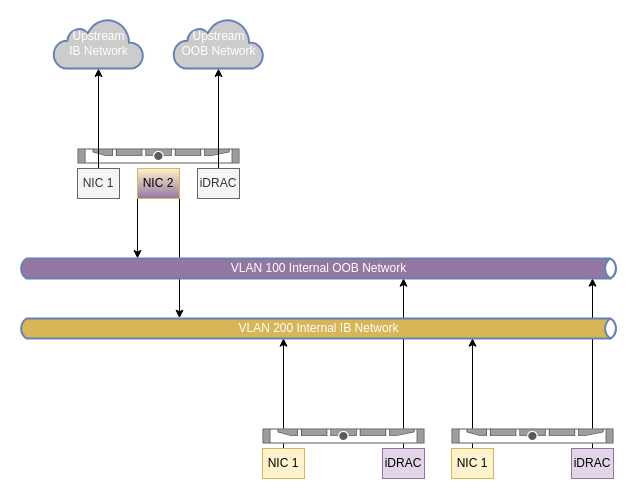
simontesar/metal-operator-test-framework keeps this draw.io diagram as infra/cork-one/network-architecture.drawio. Above is the earlier version. Source tidied: cells renumbered, new cells numbered last; positions are measured from the earlier drawing's top-left corner, leaving out a move shared by most shapes. Both pictures are drawn from the tidied source at 100%, with x=0, y=0 at pixel (18, 18).
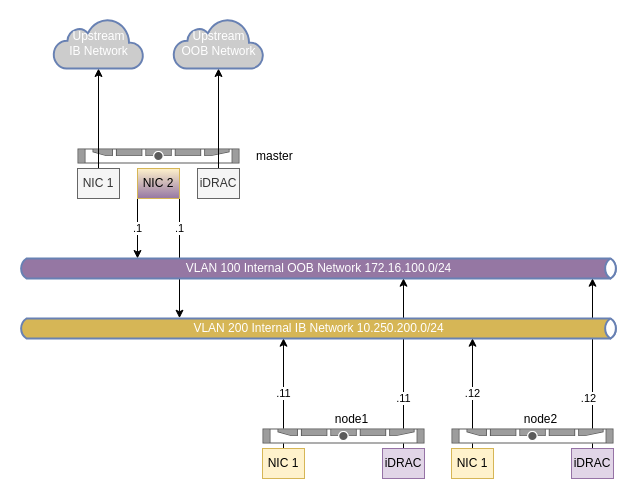
After the change.

Commit message (it also covers changes not shown here):
feat: infra: add network configuration via dhcp/dnsmasq

Unchanged cells that the change refers to:
```xml
<mxCell id="12" value="iDRAC" style="rounded=0;whiteSpace=wrap;html=1;fillColor=#e1d5e7;strokeColor=#9673a6;" parent="1" vertex="1">
  <mxGeometry x="364" y="430" width="42" height="30" as="geometry" />
</mxCell>
<mxCell id="13" value="NIC 1" style="rounded=0;whiteSpace=wrap;html=1;fillColor=#fff2cc;strokeColor=#d6b656;rotation=0;" parent="1" vertex="1">
  <mxGeometry x="244" y="430" width="42" height="30" as="geometry" />
</mxCell>
<mxCell id="14" value="iDRAC" style="rounded=0;whiteSpace=wrap;html=1;fillColor=#e1d5e7;strokeColor=#9673a6;" parent="1" vertex="1">
  <mxGeometry x="553" y="430" width="42" height="30" as="geometry" />
</mxCell>
<mxCell id="15" value="NIC 1" style="rounded=0;whiteSpace=wrap;html=1;fillColor=#fff2cc;strokeColor=#d6b656;rotation=0;" parent="1" vertex="1">
  <mxGeometry x="433" y="430" width="42" height="30" as="geometry" />
</mxCell>
<mxCell id="21" value="NIC 2" style="rounded=0;whiteSpace=wrap;html=1;fillColor=#fff2cc;strokeColor=light-dark(#D6B656,#9577A3);rotation=0;gradientColor=#9577A3;gradientDirection=south;fillStyle=auto;" parent="1" vertex="1">
  <mxGeometry x="119" y="150" width="42" height="30" as="geometry" />
</mxCell>
```

What changed in the source:
```diff
@@
-    <mxCell id="2" style="edgeStyle=none;html=1;fillColor=#e1d5e7;strokeColor=#000000;" parent="1" edge="1" source="14">
-      <mxGeometry relative="1" as="geometry">
+    <mxCell id="2" value=".12" style="edgeStyle=none;html=1;fillColor=#e1d5e7;strokeColor=#000000;" parent="1" edge="1" source="14">
+      <mxGeometry x="-0.41" y="4" relative="1" as="geometry">
         <mxPoint x="574" y="259.7" as="targetPoint" />
       </mxGeometry>
     </mxCell>
-    <mxCell id="3" style="edgeStyle=none;html=1;fillColor=#e1d5e7;strokeColor=#000000;" parent="1" edge="1" source="12">
-      <mxGeometry relative="1" as="geometry">
+    <mxCell id="3" value=".11" style="edgeStyle=none;html=1;fillColor=#e1d5e7;strokeColor=#000000;" parent="1" edge="1" source="12">
+      <mxGeometry x="-0.41" relative="1" as="geometry">
         <mxPoint x="385" y="259.7" as="targetPoint" />
       </mxGeometry>
     </mxCell>
-    <mxCell id="4" style="edgeStyle=none;html=1;fillColor=#fff2cc;strokeColor=#000000;" parent="1" edge="1" source="13">
+    <mxCell id="4" value=".11" style="edgeStyle=none;html=1;fillColor=#fff2cc;strokeColor=#000000;" parent="1" edge="1" source="13">
       <mxGeometry relative="1" as="geometry">
         <mxPoint x="265" y="319.7" as="targetPoint" />
       </mxGeometry>
     </mxCell>
-    <mxCell id="5" style="edgeStyle=none;html=1;fillColor=#fff2cc;strokeColor=#000000;" parent="1" edge="1" source="15">
+    <mxCell id="5" value=".12" style="edgeStyle=none;html=1;fillColor=#fff2cc;strokeColor=#000000;" parent="1" edge="1" source="15">
       <mxGeometry relative="1" as="geometry">
         <mxPoint x="454" y="319.7" as="targetPoint" />
       </mxGeometry>
     </mxCell>
-    <mxCell id="6" style="edgeStyle=none;html=1;exitX=0;exitY=1;exitDx=0;exitDy=0;fillColor=#e1d5e7;strokeColor=#000000;" parent="1" edge="1" source="21" target="8">
+    <mxCell id="6" value=".1" style="edgeStyle=none;html=1;exitX=0;exitY=1;exitDx=0;exitDy=0;fillColor=#e1d5e7;strokeColor=#000000;" parent="1" edge="1" source="21" target="8">
       <mxGeometry relative="1" as="geometry" />
     </mxCell>
-    <mxCell id="7" style="edgeStyle=none;html=1;exitX=1;exitY=1;exitDx=0;exitDy=0;fillColor=#fff2cc;strokeColor=#000000;" parent="1" edge="1" source="21">
-      <mxGeometry relative="1" as="geometry">
+    <mxCell id="7" value=".1" style="edgeStyle=none;html=1;exitX=1;exitY=1;exitDx=0;exitDy=0;fillColor=#fff2cc;strokeColor=#000000;" parent="1" edge="1" source="21">
+      <mxGeometry x="-0.5" relative="1" as="geometry">
         <mxPoint x="161" y="299.7" as="targetPoint" />
       </mxGeometry>
     </mxCell>
-    <mxCell id="8" value="VLAN 100 Internal OOB Network" style="html=1;outlineConnect=0;fillColor=#9577A3;strokeColor=#6881B3;gradientColor=none;gradientDirection=north;strokeWidth=2;shape=mxgraph.networks.bus;gradientColor=none;gradientDirection=north;fontColor=#ffffff;perimeter=backbonePerimeter;backboneSize=20;" parent="1" vertex="1">
+    <mxCell id="8" value="VLAN 100 Internal OOB Network 172.16.100.0/24" style="html=1;outlineConnect=0;fillColor=#9577A3;strokeColor=#6881B3;gradientColor=none;gradientDirection=north;strokeWidth=2;shape=mxgraph.networks.bus;gradientColor=none;gradientDirection=north;fontColor=#ffffff;perimeter=backbonePerimeter;backboneSize=20;" parent="1" vertex="1">
       <mxGeometry y="220" width="600" height="60" as="geometry" />
     </mxCell>
-    <mxCell id="9" value="VLAN 200 Internal IB Network" style="html=1;fillColor=#D6B656;strokeColor=#6881B3;gradientColor=none;gradientDirection=north;strokeWidth=2;shape=mxgraph.networks.bus;gradientColor=none;gradientDirection=north;fontColor=#ffffff;perimeter=backbonePerimeter;backboneSize=20;" parent="1" vertex="1">
+    <mxCell id="9" value="VLAN 200 Internal IB Network 10.250.200.0/24" style="html=1;fillColor=#D6B656;strokeColor=#6881B3;gradientColor=none;gradientDirection=north;strokeWidth=2;shape=mxgraph.networks.bus;gradientColor=none;gradientDirection=north;fontColor=#ffffff;perimeter=backbonePerimeter;backboneSize=20;" parent="1" vertex="1">
       <mxGeometry y="280" width="600" height="60" as="geometry" />
     </mxCell>
-    <mxCell id="10" style="strokeColor=#666666;html=1;labelPosition=right;align=left;spacingLeft=15;shadow=0;dashed=0;shape=mxgraph.rack.dell.dell_poweredge_1u;" parent="1" vertex="1">
+    <mxCell id="10" value="node1" style="strokeColor=#666666;html=1;labelPosition=center;align=center;spacingLeft=15;shadow=0;dashed=0;shape=mxgraph.rack.dell.dell_poweredge_1u;verticalLabelPosition=top;verticalAlign=bottom;" parent="1" vertex="1">
       <mxGeometry x="244" y="410" width="162" height="15" as="geometry" />
     </mxCell>
-    <mxCell id="11" style="strokeColor=#666666;html=1;labelPosition=right;align=left;spacingLeft=15;shadow=0;dashed=0;shape=mxgraph.rack.dell.dell_poweredge_1u;" parent="1" vertex="1">
+    <mxCell id="11" value="node2" style="strokeColor=#666666;html=1;labelPosition=center;align=center;spacingLeft=15;shadow=0;dashed=0;shape=mxgraph.rack.dell.dell_poweredge_1u;verticalLabelPosition=top;verticalAlign=bottom;" parent="1" vertex="1">
       <mxGeometry x="433" y="410" width="162" height="15" as="geometry" />
     </mxCell>
@@
-    <mxCell id="16" style="strokeColor=#666666;html=1;labelPosition=right;align=left;spacingLeft=15;shadow=0;dashed=0;shape=mxgraph.rack.dell.dell_poweredge_1u;" parent="1" vertex="1">
+    <mxCell id="16" value="master" style="strokeColor=#666666;html=1;labelPosition=right;align=left;spacingLeft=15;shadow=0;dashed=0;shape=mxgraph.rack.dell.dell_poweredge_1u;" parent="1" vertex="1">
       <mxGeometry x="59" y="130" width="162" height="15" as="geometry" />
     </mxCell>
```
